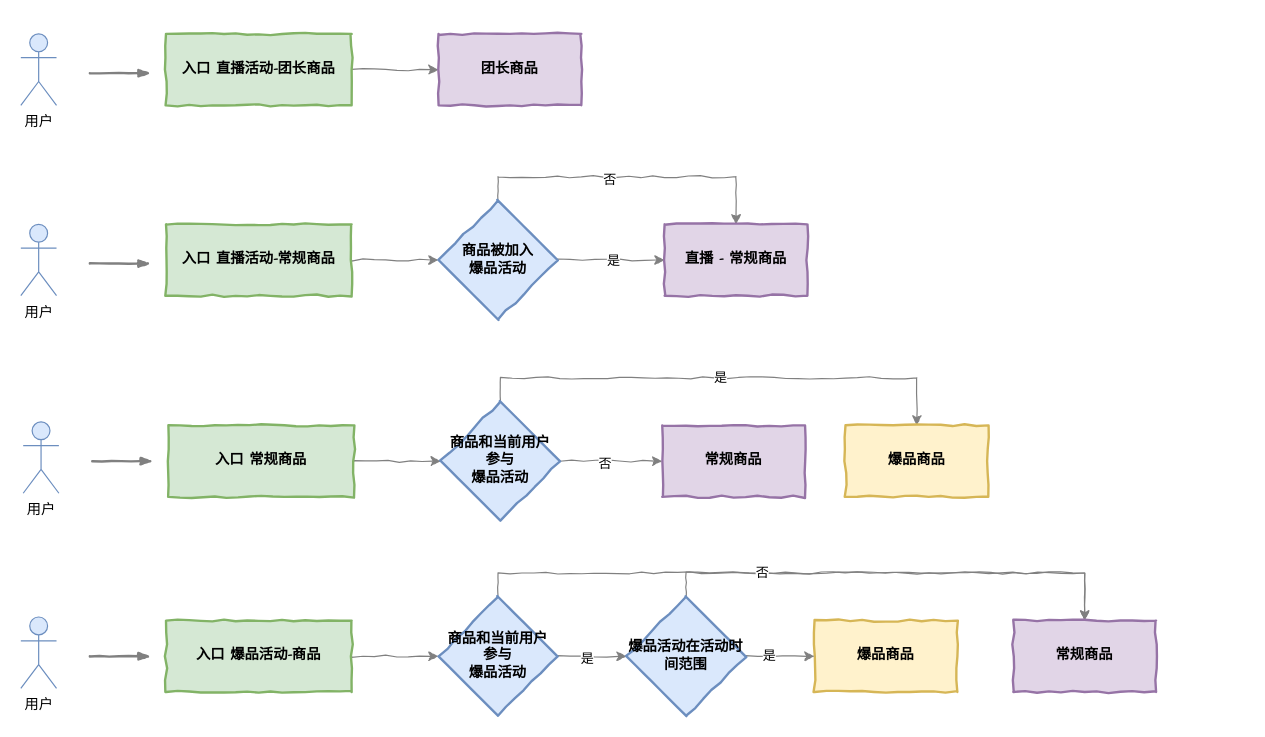
Above: 推圈-商品详情扭转.drawio in chenyz/EGOTableViewPullRefresh (draw.io), before the change. Source tidied: cells renumbered, new cells numbered last; positions are measured from the earlier drawing's top-left corner, leaving out a move shared by most shapes. Both pictures are drawn from the tidied source at 119%, with x=0, y=0 at pixel (20, 33).
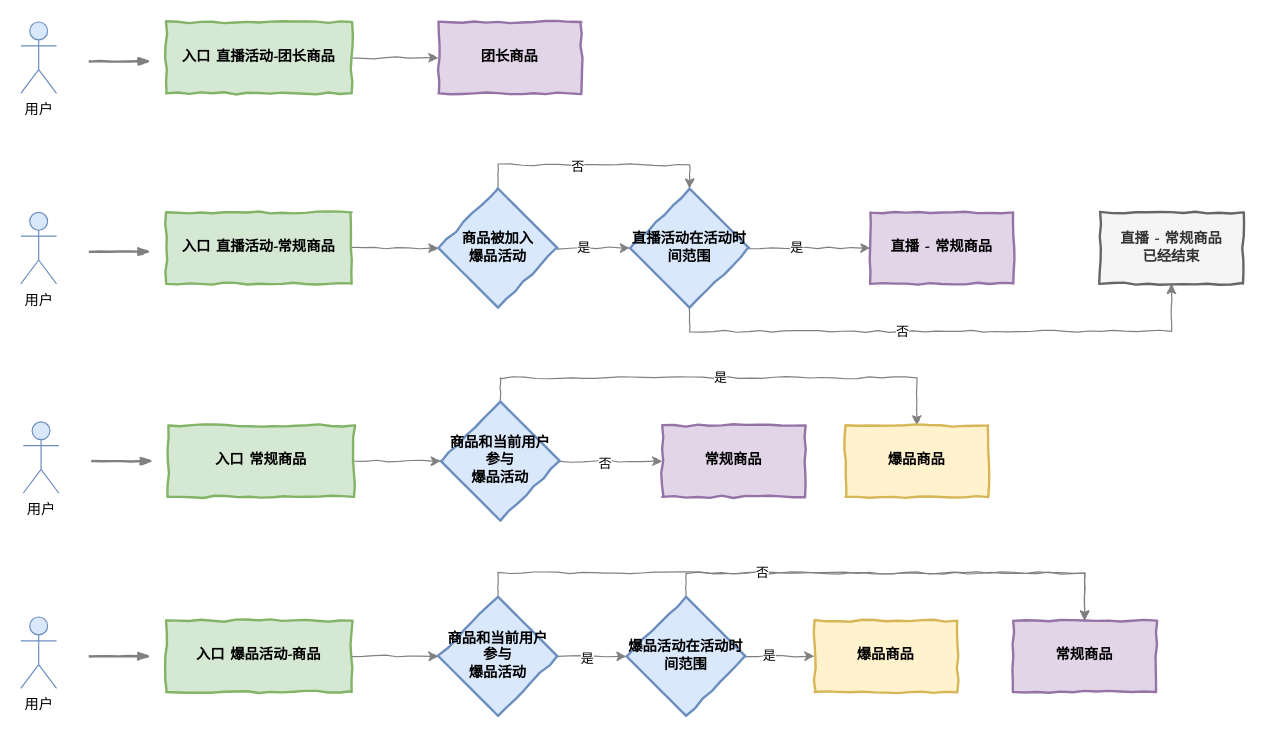
The same page after the edit.

Commit message:
更新推圈-商品详情扭转.drawio

Diff of the diagram source:
```diff
@@
     <mxCell id="3" value="入口 直播活动-常规商品" style="html=1;whiteSpace=wrap;comic=1;strokeWidth=2;fontFamily=Comic Sans MS;fontStyle=1;fillColor=#d5e8d4;strokeColor=#82b366;" parent="1" vertex="1">
-      <mxGeometry x="122" y="160" width="156" height="60" as="geometry" />
+      <mxGeometry x="122" y="150" width="156" height="60" as="geometry" />
     </mxCell>
     <mxCell id="4" value="用户" style="shape=umlActor;verticalLabelPosition=bottom;labelBackgroundColor=#ffffff;verticalAlign=top;html=1;fillColor=#dae8fc;strokeColor=#6c8ebf;" parent="1" vertex="1">
-      <mxGeometry y="160" width="30" height="60" as="geometry" />
+      <mxGeometry y="150" width="30" height="60" as="geometry" />
     </mxCell>
     <mxCell id="5" style="rounded=1;comic=1;strokeWidth=2;endArrow=blockThin;html=1;fontFamily=Comic Sans MS;fontStyle=1;strokeColor=#808080;" parent="1" edge="1">
       <mxGeometry relative="1" as="geometry">
-        <mxPoint x="58" y="193" as="sourcePoint" />
-        <mxPoint x="109" y="193" as="targetPoint" />
+        <mxPoint x="58" y="183" as="sourcePoint" />
+        <mxPoint x="109" y="183" as="targetPoint" />
       </mxGeometry>
     </mxCell>
-    <mxCell id="6" style="edgeStyle=orthogonalEdgeStyle;rounded=1;comic=1;jettySize=auto;html=1;exitX=1;exitY=0.5;exitDx=0;exitDy=0;entryX=0;entryY=0.5;entryDx=0;entryDy=0;strokeColor=#808080;" parent="1" edge="1" source="10" target="11">
-      <mxGeometry relative="1" as="geometry" />
-    </mxCell>
-    <mxCell id="7" value="是" style="edgeLabel;html=1;align=center;verticalAlign=middle;" parent="6" vertex="1">
-      <mxGeometry x="0.02" relative="1" as="geometry" />
-    </mxCell>
-    <mxCell id="8" style="edgeStyle=orthogonalEdgeStyle;rounded=0;comic=1;jettySize=auto;html=1;exitX=0.5;exitY=0;exitDx=0;exitDy=0;entryX=0.5;entryY=0;entryDx=0;entryDy=0;strokeColor=#808080;" parent="1" edge="1" source="10" target="11">
-      <mxGeometry relative="1" as="geometry" />
-    </mxCell>
-    <mxCell id="9" value="否" style="edgeLabel;html=1;align=center;verticalAlign=middle;" parent="8" vertex="1">
-      <mxGeometry x="-0.13" y="-2" relative="1" as="geometry" />
-    </mxCell>
+    <mxCell id="42" style="edgeStyle=orthogonalEdgeStyle;rounded=0;comic=1;jettySize=auto;html=1;exitX=1;exitY=0.5;exitDx=0;exitDy=0;entryX=0;entryY=0.5;entryDx=0;entryDy=0;strokeColor=#808080;" parent="1" edge="1" source="10" target="50">
+      <mxGeometry relative="1" as="geometry" />
+    </mxCell>
+    <mxCell id="43" value="是" style="edgeLabel;html=1;align=center;verticalAlign=middle;" parent="42" vertex="1">
+      <mxGeometry x="-0.31" y="1" relative="1" as="geometry" />
+    </mxCell>
+    <mxCell id="44" style="edgeStyle=orthogonalEdgeStyle;rounded=0;comic=1;jettySize=auto;html=1;exitX=0.5;exitY=0;exitDx=0;exitDy=0;entryX=0.5;entryY=0;entryDx=0;entryDy=0;strokeColor=#808080;" parent="1" edge="1" source="10" target="50">
+      <mxGeometry relative="1" as="geometry" />
+    </mxCell>
+    <mxCell id="45" value="否" style="edgeLabel;html=1;align=center;verticalAlign=middle;" parent="44" vertex="1">
+      <mxGeometry x="-0.14" y="-1" relative="1" as="geometry" />
+    </mxCell>
     <mxCell id="10" value="商品被加入&lt;br&gt;爆品活动" style="rhombus;html=1;align=center;whiteSpace=wrap;comic=1;strokeWidth=2;fontFamily=Comic Sans MS;fontStyle=1;fillColor=#dae8fc;strokeColor=#6c8ebf;" parent="1" vertex="1">
-      <mxGeometry x="351" y="140" width="100" height="100" as="geometry" />
+      <mxGeometry x="351" y="130" width="100" height="100" as="geometry" />
     </mxCell>
-    <mxCell id="11" value="直播 - 常规商品" style="html=1;whiteSpace=wrap;comic=1;strokeWidth=2;fontFamily=Comic Sans MS;fontStyle=1;fillColor=#e1d5e7;strokeColor=#9673a6;" parent="1" vertex="1">
-      <mxGeometry x="541" y="160" width="120" height="60" as="geometry" />
-    </mxCell>
@@
     <mxCell id="38" value="入口 直播活动-团长商品" style="html=1;whiteSpace=wrap;comic=1;strokeWidth=2;fontFamily=Comic Sans MS;fontStyle=1;fillColor=#d5e8d4;strokeColor=#82b366;" parent="1" vertex="1">
-      <mxGeometry x="122" width="156" height="60" as="geometry" />
+      <mxGeometry x="122" y="-10" width="156" height="60" as="geometry" />
     </mxCell>
     <mxCell id="39" value="用户" style="shape=umlActor;verticalLabelPosition=bottom;labelBackgroundColor=#ffffff;verticalAlign=top;html=1;fillColor=#dae8fc;strokeColor=#6c8ebf;" parent="1" vertex="1">
-      <mxGeometry width="30" height="60" as="geometry" />
+      <mxGeometry y="-10" width="30" height="60" as="geometry" />
     </mxCell>
     <mxCell id="40" style="rounded=1;comic=1;strokeWidth=2;endArrow=blockThin;html=1;fontFamily=Comic Sans MS;fontStyle=1;strokeColor=#808080;" parent="1" edge="1">
       <mxGeometry relative="1" as="geometry">
-        <mxPoint x="58" y="33" as="sourcePoint" />
-        <mxPoint x="109" y="33" as="targetPoint" />
+        <mxPoint x="58" y="23" as="sourcePoint" />
+        <mxPoint x="109" y="23" as="targetPoint" />
       </mxGeometry>
     </mxCell>
     <mxCell id="41" value="团长商品" style="html=1;whiteSpace=wrap;comic=1;strokeWidth=2;fontFamily=Comic Sans MS;fontStyle=1;fillColor=#e1d5e7;strokeColor=#9673a6;" parent="1" vertex="1">
-      <mxGeometry x="351" width="120" height="60" as="geometry" />
+      <mxGeometry x="351" y="-10" width="120" height="60" as="geometry" />
     </mxCell>
+    <mxCell id="46" style="edgeStyle=orthogonalEdgeStyle;rounded=0;comic=1;jettySize=auto;html=1;exitX=1;exitY=0.5;exitDx=0;exitDy=0;entryX=0;entryY=0.5;entryDx=0;entryDy=0;strokeColor=#808080;" parent="1" edge="1" source="50" target="11">
+      <mxGeometry relative="1" as="geometry" />
+    </mxCell>
+    <mxCell id="47" value="是" style="edgeLabel;html=1;align=center;verticalAlign=middle;" parent="46" vertex="1">
+      <mxGeometry x="-0.23" y="1" relative="1" as="geometry" />
+    </mxCell>
+    <mxCell id="48" style="edgeStyle=orthogonalEdgeStyle;rounded=0;comic=1;jettySize=auto;html=1;exitX=0.5;exitY=1;exitDx=0;exitDy=0;entryX=0.5;entryY=1;entryDx=0;entryDy=0;strokeColor=#808080;" parent="1" edge="1" source="50" target="51">
+      <mxGeometry relative="1" as="geometry" />
+    </mxCell>
+    <mxCell id="49" value="否" style="edgeLabel;html=1;align=center;verticalAlign=middle;" parent="48" vertex="1">
+      <mxGeometry x="-0.15" y="1" relative="1" as="geometry" />
+    </mxCell>
+    <mxCell id="50" value="直播活动在活动时间范围" style="rhombus;html=1;align=center;whiteSpace=wrap;comic=1;strokeWidth=2;fontFamily=Comic Sans MS;fontStyle=1;fillColor=#dae8fc;strokeColor=#6c8ebf;" parent="1" vertex="1">
+      <mxGeometry x="512" y="130" width="100" height="100" as="geometry" />
+    </mxCell>
+    <mxCell id="11" value="直播 - 常规商品" style="html=1;whiteSpace=wrap;comic=1;strokeWidth=2;fontFamily=Comic Sans MS;fontStyle=1;fillColor=#e1d5e7;strokeColor=#9673a6;" parent="1" vertex="1">
+      <mxGeometry x="714" y="150" width="120" height="60" as="geometry" />
+    </mxCell>
+    <mxCell id="51" value="直播 - 常规商品&lt;br&gt;已经结束" style="html=1;whiteSpace=wrap;comic=1;strokeWidth=2;fontFamily=Comic Sans MS;fontStyle=1;fillColor=#f5f5f5;strokeColor=#666666;fontColor=#333333;" parent="1" vertex="1">
+      <mxGeometry x="907" y="150" width="120" height="60" as="geometry" />
+    </mxCell>
```
